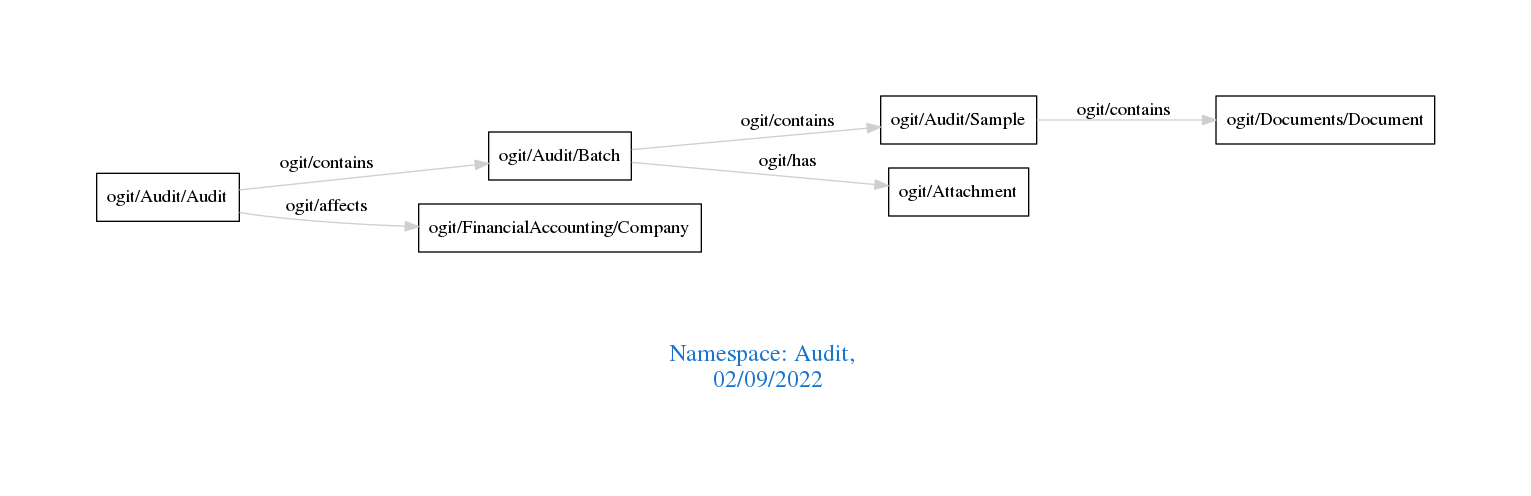
Before: downloads/Audit.png, a diagram exported from Graphviz (arago/OGIT). Its source is kept beside it as downloads/Audit.dot.
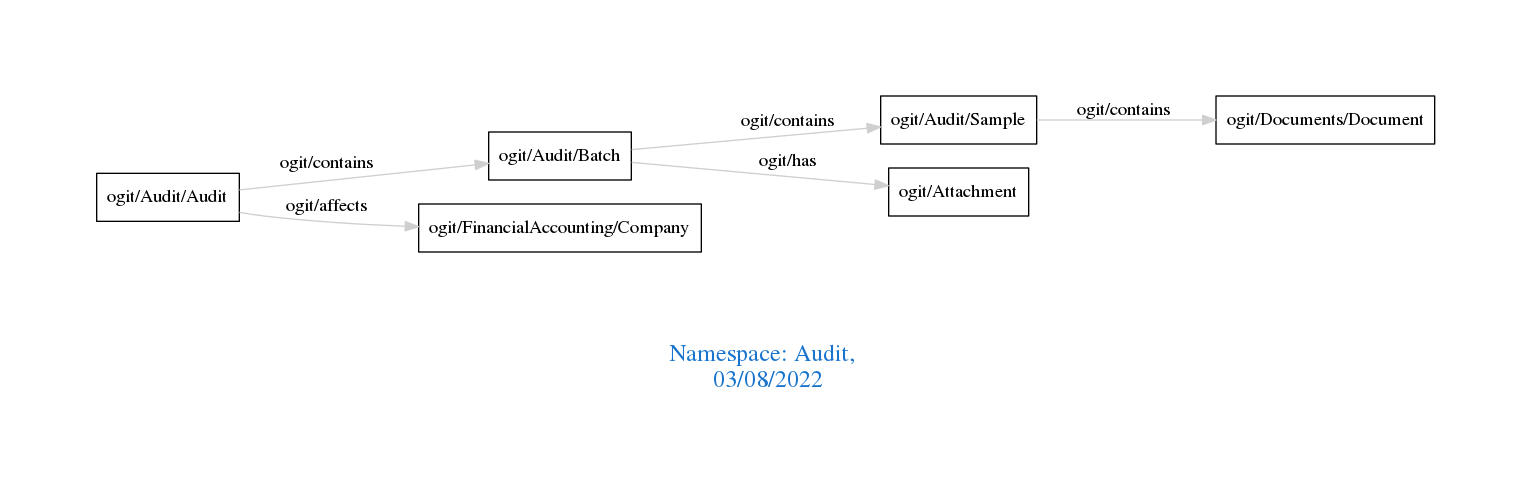
Later version of the same file.

The edit, as a diff of the source:
```diff
@@ -1,7 +1,7 @@
 digraph OGIT_ontology {
  graph [ rankdir= LR,pad=1
 fontsize = 18,
-fontcolor= dodgerblue3,label = "\n\n\nNamespace: Audit, \n 02/09/2022"];
+fontcolor= dodgerblue3,label = "\n\n\nNamespace: Audit, \n 03/08/2022"];
 node[shape=polygon];
 edge [  color="gray81"];
 
```
